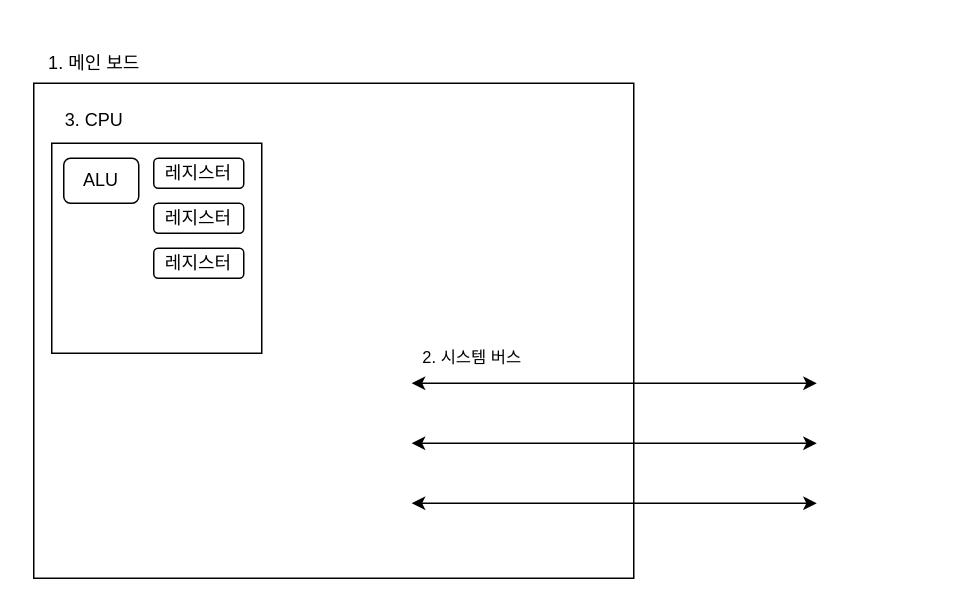
This is assets/images/diagrams/제목 없는 다이어그램.drawio from hjk329/hjk329.github.io, a draw.io file, before an edit. Source tidied: cells renumbered, new cells numbered last; positions are measured from the earlier drawing's top-left corner, leaving out a move shared by most shapes. Both pictures are drawn from the tidied source at 150%, with x=0, y=0 at pixel (33, 40). Pictures stored in the file or linked from it are replaced by grey dashed boxes.
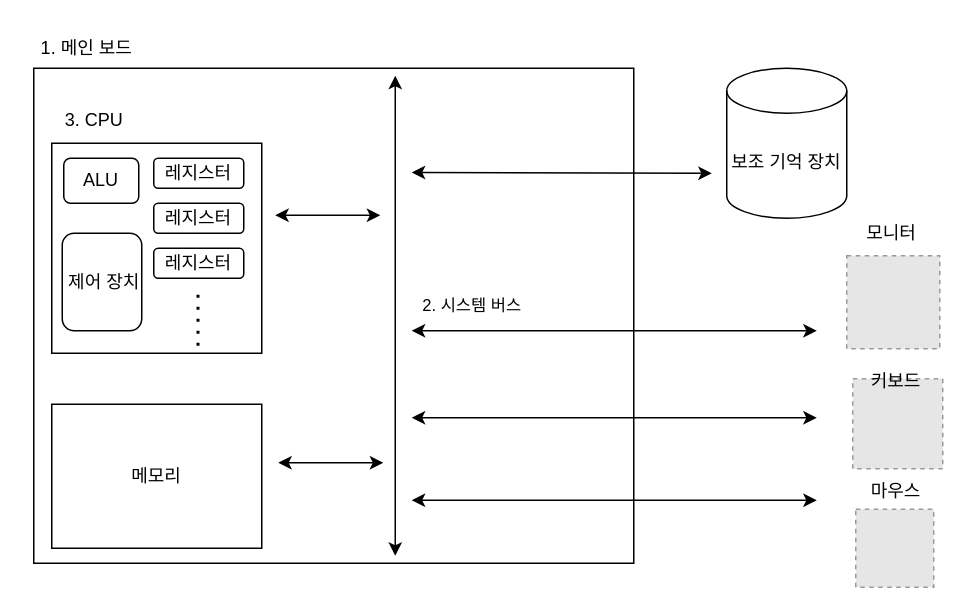
After the change.

Commit message:
제목 없는 다이어그램.drawio 업데이트

What changed in the source:
```diff
@@
     <mxCell id="2" style="rounded=0;whiteSpace=wrap;html=1;" parent="1" vertex="1">
-      <mxGeometry y="28" width="400" height="330" as="geometry" />
+      <mxGeometry y="18" width="400" height="330" as="geometry" />
     </mxCell>
     <mxCell id="3" value="1. 메인 보드" style="text;html=1;align=center;verticalAlign=middle;strokeColor=none;fillColor=none;" parent="1" vertex="1">
-      <mxGeometry width="80" height="30" as="geometry" />
+      <mxGeometry x="-5" y="-10" width="80" height="30" as="geometry" />
     </mxCell>
     <mxCell id="4" style="endArrow=classic;startArrow=classic;html=1;rounded=0;align=center;" parent="1" edge="1">
       <mxGeometry relative="1" as="geometry">
-        <mxPoint x="522" y="308" as="sourcePoint" />
-        <mxPoint x="252" y="308" as="targetPoint" />
+        <mxPoint x="522" y="306" as="sourcePoint" />
+        <mxPoint x="252" y="306" as="targetPoint" />
       </mxGeometry>
     </mxCell>
     <mxCell id="5" style="endArrow=classic;startArrow=classic;html=1;rounded=0;align=center;" parent="1" edge="1">
       <mxGeometry relative="1" as="geometry">
-        <mxPoint x="522" y="268" as="sourcePoint" />
-        <mxPoint x="252" y="268" as="targetPoint" />
+        <mxPoint x="522" y="251" as="sourcePoint" />
+        <mxPoint x="252" y="251" as="targetPoint" />
       </mxGeometry>
     </mxCell>
     <mxCell id="6" style="endArrow=classic;startArrow=classic;html=1;rounded=0;align=center;" parent="1" edge="1">
       <mxGeometry relative="1" as="geometry">
-        <mxPoint x="522" y="228" as="sourcePoint" />
-        <mxPoint x="252" y="228" as="targetPoint" />
+        <mxPoint x="522" y="193" as="sourcePoint" />
+        <mxPoint x="252" y="193" as="targetPoint" />
       </mxGeometry>
     </mxCell>
@@
-    <mxCell id="10" value="ALU" style="rounded=1;whiteSpace=wrap;html=1;" parent="1" vertex="1">
+    <mxCell id="10" value="ALU" style="rounded=1;whiteSpace=wrap;html=1;flipH=1;" parent="1" vertex="1">
       <mxGeometry x="20" y="78" width="50" height="30" as="geometry" />
     </mxCell>
@@
+    <mxCell id="14" style="fillColor=#E6E6E6;strokeColor=#999999;dashed=1;verticalLabelPosition=bottom;labelBackgroundColor=default;verticalAlign=top;" parent="1" vertex="1">
+      <mxGeometry x="542" y="143" width="62" height="62" as="geometry" />
+    </mxCell>
+    <mxCell id="15" value="모니터" style="text;html=1;strokeColor=none;fillColor=none;align=center;verticalAlign=middle;whiteSpace=wrap;rounded=0;" parent="1" vertex="1">
+      <mxGeometry x="542" y="113" width="60" height="30" as="geometry" />
+    </mxCell>
+    <mxCell id="16" style="fillColor=#E6E6E6;strokeColor=#999999;dashed=1;verticalLabelPosition=bottom;labelBackgroundColor=default;verticalAlign=top;" parent="1" vertex="1">
+      <mxGeometry x="546" y="225" width="60" height="60" as="geometry" />
+    </mxCell>
+    <mxCell id="17" value="키보드" style="text;html=1;strokeColor=none;fillColor=none;align=center;verticalAlign=middle;whiteSpace=wrap;rounded=0;" parent="1" vertex="1">
+      <mxGeometry x="545" y="212" width="60" height="30" as="geometry" />
+    </mxCell>
+    <mxCell id="18" style="fillColor=#E6E6E6;strokeColor=#999999;dashed=1;verticalLabelPosition=bottom;labelBackgroundColor=default;verticalAlign=top;" parent="1" vertex="1">
+      <mxGeometry x="548" y="312" width="52" height="52" as="geometry" />
+    </mxCell>
+    <mxCell id="19" value="마우스" style="text;html=1;strokeColor=none;fillColor=none;align=center;verticalAlign=middle;whiteSpace=wrap;rounded=0;" parent="1" vertex="1">
+      <mxGeometry x="545" y="285" width="60" height="30" as="geometry" />
+    </mxCell>
+    <mxCell id="20" value="보조 기억 장치" style="shape=cylinder3;whiteSpace=wrap;html=1;boundedLbl=1;backgroundOutline=1;size=15;" parent="1" vertex="1">
+      <mxGeometry x="462" y="18" width="80" height="100" as="geometry" />
+    </mxCell>
+    <mxCell id="21" style="endArrow=classic;startArrow=classic;html=1;rounded=0;" parent="1" edge="1">
+      <mxGeometry relative="1" as="geometry">
+        <mxPoint x="252" y="87.5" as="sourcePoint" />
+        <mxPoint x="452" y="88" as="targetPoint" />
+      </mxGeometry>
+    </mxCell>
+    <mxCell id="22" style="endArrow=classic;startArrow=classic;html=1;rounded=0;" parent="1" edge="1">
+      <mxGeometry relative="1" as="geometry">
+        <mxPoint x="241" y="23" as="sourcePoint" />
+        <mxPoint x="241" y="343" as="targetPoint" />
+      </mxGeometry>
+    </mxCell>
+    <mxCell id="23" style="endArrow=classic;startArrow=classic;html=1;rounded=0;" parent="1" edge="1">
+      <mxGeometry relative="1" as="geometry">
+        <mxPoint x="231" y="116" as="sourcePoint" />
+        <mxPoint x="161" y="116" as="targetPoint" />
+      </mxGeometry>
+    </mxCell>
+    <mxCell id="24" style="endArrow=none;dashed=1;html=1;dashPattern=1 3;strokeWidth=2;rounded=0;" parent="1" edge="1">
+      <mxGeometry relative="1" as="geometry">
+        <mxPoint x="109.5" y="169" as="sourcePoint" />
+        <mxPoint x="109.5" y="209" as="targetPoint" />
+      </mxGeometry>
+    </mxCell>
+    <mxCell id="25" value="&amp;nbsp;제어 장치" style="rounded=1;whiteSpace=wrap;html=1;flipH=1;" parent="1" vertex="1">
+      <mxGeometry x="19" y="128" width="53" height="65" as="geometry" />
+    </mxCell>
+    <mxCell id="26" value="메모리" style="rounded=0;whiteSpace=wrap;html=1;" parent="1" vertex="1">
+      <mxGeometry x="12" y="242" width="140" height="96" as="geometry" />
+    </mxCell>
+    <mxCell id="27" style="endArrow=classic;startArrow=classic;html=1;rounded=0;" parent="1" edge="1">
+      <mxGeometry relative="1" as="geometry">
+        <mxPoint x="233" y="281" as="sourcePoint" />
+        <mxPoint x="163" y="281" as="targetPoint" />
+      </mxGeometry>
+    </mxCell>
```
